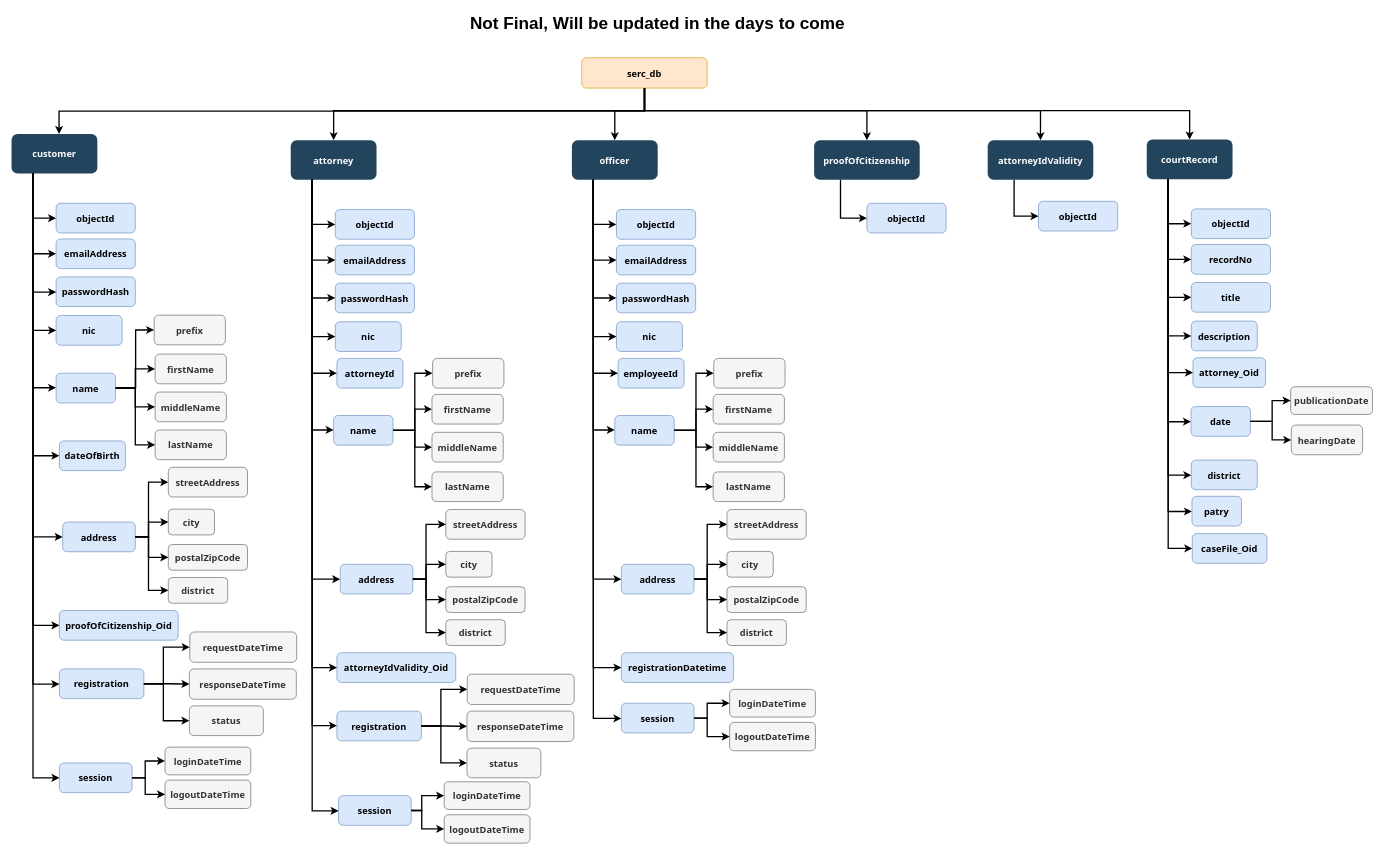
Before: page "DATABASE HIERARCHY" (2 of 4) of Common Workspace/Diagrams/JAVA DIAGRAMS.drawio in LRANUL/UOP_SE_Y2S2-SOFT255SL_SOFTWARE_ENIGINEERING_FOR_THE_INTERNET_USING_JAVA, a draw.io diagram. Source tidied: cells renumbered, new cells numbered last; positions are measured from the earlier drawing's top-left corner, leaving out a move shared by most shapes. Both pictures are drawn from the tidied source at 66%, with x=0, y=0 at pixel (11, 11).
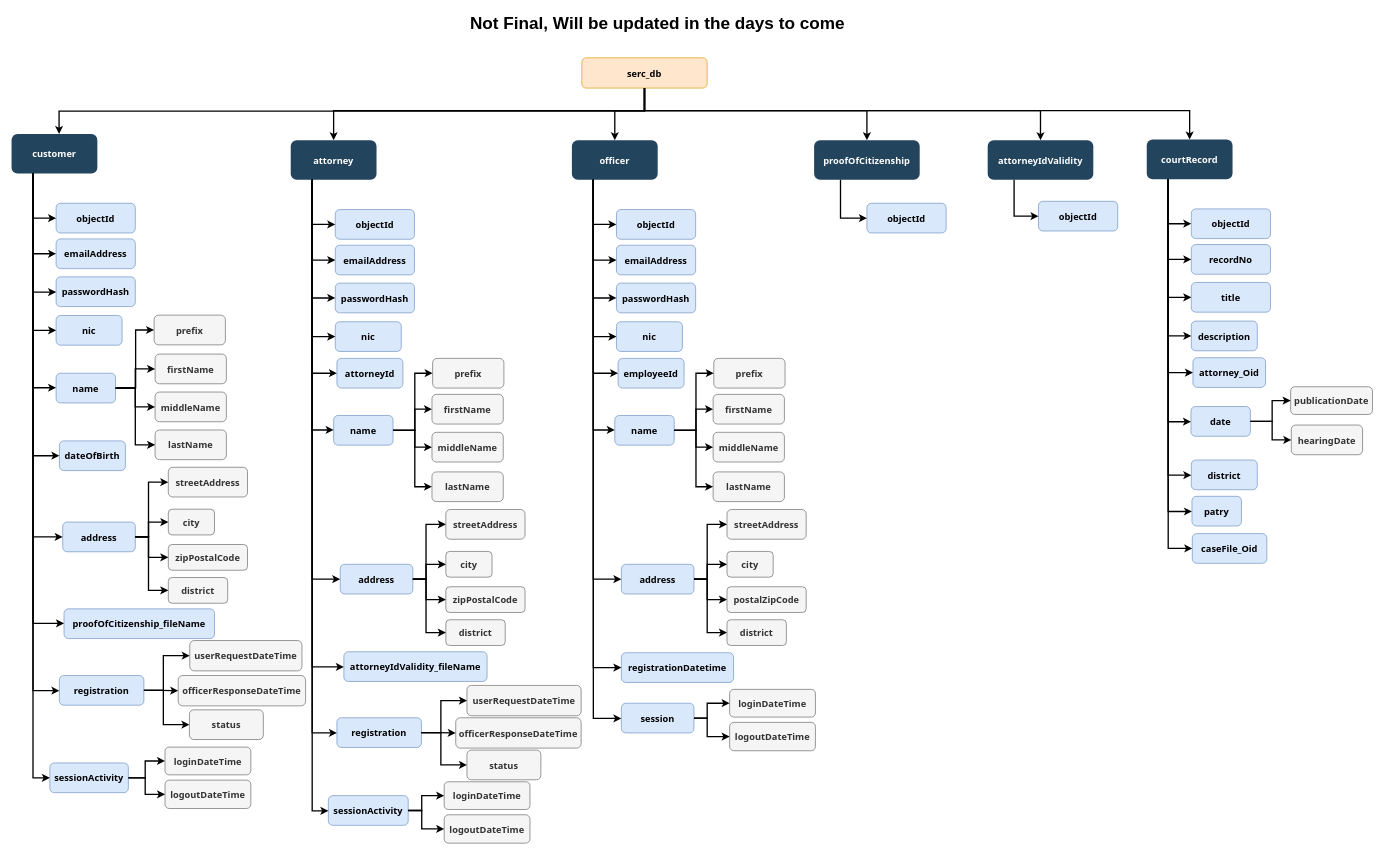
After the change.

Unchanged cells that the change refers to:
```xml
<mxCell id="4" value="customer" style="rounded=1;fillColor=#23445D;gradientColor=none;strokeColor=none;fontColor=#FFFFFF;fontStyle=1;fontFamily=Tahoma;fontSize=14;" parent="1" vertex="1">
  <mxGeometry y="185.5" width="130" height="60" as="geometry" />
</mxCell>
<mxCell id="43" value="attorney" style="rounded=1;fillColor=#23445D;gradientColor=none;strokeColor=none;fontColor=#FFFFFF;fontStyle=1;fontFamily=Tahoma;fontSize=14;" parent="1" vertex="1">
  <mxGeometry x="423" y="195" width="130" height="60" as="geometry" />
</mxCell>
```

The edit, as a diff of the source:
```diff
@@
-    <mxCell id="8" value="proofOfCitizenship_Oid" style="rounded=1;fillColor=#dae8fc;strokeColor=#6c8ebf;fontStyle=1;fontFamily=Tahoma;fontSize=14;" parent="1" vertex="1">
-      <mxGeometry x="72.5" y="907.5" width="180" height="45" as="geometry" />
+    <mxCell id="8" value="proofOfCitizenship_fileName" style="rounded=1;fillColor=#dae8fc;strokeColor=#6c8ebf;fontStyle=1;fontFamily=Tahoma;fontSize=14;" parent="1" vertex="1">
+      <mxGeometry x="79.5" y="905" width="228" height="45" as="geometry" />
     </mxCell>
@@
-    <mxCell id="20" value="postalZipCode" style="rounded=1;fillColor=#f5f5f5;strokeColor=#666666;fontStyle=1;fontFamily=Tahoma;fontSize=14;fontColor=#333333;" parent="1" vertex="1">
+    <mxCell id="20" value="zipPostalCode" style="rounded=1;fillColor=#f5f5f5;strokeColor=#666666;fontStyle=1;fontFamily=Tahoma;fontSize=14;fontColor=#333333;" parent="1" vertex="1">
       <mxGeometry x="237.5" y="807.5" width="120" height="39" as="geometry" />
     </mxCell>
@@
     <mxCell id="34" style="edgeStyle=elbowEdgeStyle;elbow=vertical;strokeWidth=2;rounded=0;entryX=0;entryY=0.5;entryDx=0;entryDy=0;exitX=0.25;exitY=1;exitDx=0;exitDy=0;" parent="1" edge="1" source="4" target="8">
       <mxGeometry x="-438" y="185.5" as="geometry">
         <Array as="points">
+          <mxPoint x="65" y="927" />
           <mxPoint x="50" y="930" />
           <mxPoint x="117.5" y="383" />
         </Array>
       </mxGeometry>
     </mxCell>
     <mxCell id="35" value="registration" style="rounded=1;fillColor=#dae8fc;strokeColor=#6c8ebf;fontStyle=1;fontFamily=Tahoma;fontSize=14;" parent="1" vertex="1">
-      <mxGeometry x="72.5" y="996" width="128" height="45" as="geometry" />
+      <mxGeometry x="72.5" y="1006" width="128" height="45" as="geometry" />
     </mxCell>
-    <mxCell id="36" value="requestDateTime" style="rounded=1;fillColor=#f5f5f5;strokeColor=#666666;fontStyle=1;fontFamily=Tahoma;fontSize=14;fontColor=#333333;" parent="1" vertex="1">
-      <mxGeometry x="270" y="940" width="162" height="46" as="geometry" />
+    <mxCell id="36" value="userRequestDateTime" style="rounded=1;fillColor=#f5f5f5;strokeColor=#666666;fontStyle=1;fontFamily=Tahoma;fontSize=14;fontColor=#333333;" parent="1" vertex="1">
+      <mxGeometry x="270" y="953" width="170" height="46" as="geometry" />
     </mxCell>
     <mxCell id="37" value="status" style="rounded=1;fillColor=#f5f5f5;strokeColor=#666666;fontStyle=1;fontFamily=Tahoma;fontSize=14;fontColor=#333333;" parent="1" vertex="1">
-      <mxGeometry x="269.5" y="1052" width="112" height="45" as="geometry" />
+      <mxGeometry x="269.5" y="1058" width="112" height="45" as="geometry" />
     </mxCell>
-    <mxCell id="38" value="responseDateTime" style="rounded=1;fillColor=#f5f5f5;strokeColor=#666666;fontStyle=1;fontFamily=Tahoma;fontSize=14;fontColor=#333333;" parent="1" vertex="1">
-      <mxGeometry x="269.5" y="996" width="162" height="46" as="geometry" />
+    <mxCell id="38" value="officerResponseDateTime" style="rounded=1;fillColor=#f5f5f5;strokeColor=#666666;fontStyle=1;fontFamily=Tahoma;fontSize=14;fontColor=#333333;" parent="1" vertex="1">
+      <mxGeometry x="252.5" y="1006" width="193" height="46" as="geometry" />
     </mxCell>
     <mxCell id="39" style="edgeStyle=elbowEdgeStyle;elbow=horizontal;strokeWidth=2;rounded=0;entryX=0;entryY=0.5;entryDx=0;entryDy=0;exitX=1;exitY=0.5;exitDx=0;exitDy=0;" parent="1" edge="1" source="35" target="38">
-      <mxGeometry x="39.5" y="564" as="geometry" />
+      <mxGeometry x="39.5" y="574" as="geometry" />
     </mxCell>
     <mxCell id="40" style="edgeStyle=elbowEdgeStyle;elbow=horizontal;strokeWidth=2;rounded=0;entryX=0;entryY=0.5;entryDx=0;entryDy=0;exitX=1;exitY=0.5;exitDx=0;exitDy=0;" parent="1" edge="1" source="35" target="36">
-      <mxGeometry x="49.5" y="574" as="geometry">
+      <mxGeometry x="49.5" y="584" as="geometry">
         <Array as="points">
-          <mxPoint x="230" y="990" />
+          <mxPoint x="230" y="1000" />
         </Array>
       </mxGeometry>
     </mxCell>
     <mxCell id="41" style="edgeStyle=elbowEdgeStyle;elbow=horizontal;strokeWidth=2;rounded=0;entryX=0;entryY=0.5;entryDx=0;entryDy=0;exitX=1;exitY=0.5;exitDx=0;exitDy=0;" parent="1" edge="1" source="35" target="37">
-      <mxGeometry x="49.5" y="574" as="geometry">
+      <mxGeometry x="49.5" y="584" as="geometry">
         <Array as="points">
-          <mxPoint x="230" y="1050" />
+          <mxPoint x="230" y="1060" />
         </Array>
       </mxGeometry>
     </mxCell>
-    <mxCell id="42" style="edgeStyle=elbowEdgeStyle;elbow=vertical;strokeWidth=2;rounded=0;entryX=0;entryY=0.5;entryDx=0;entryDy=0;exitX=0.25;exitY=1;exitDx=0;exitDy=0;" parent="1" edge="1" source="4" target="35">
+    <mxCell id="42" style="edgeStyle=elbowEdgeStyle;elbow=vertical;strokeWidth=2;rounded=0;exitX=0.25;exitY=1;exitDx=0;exitDy=0;entryX=0;entryY=0.5;entryDx=0;entryDy=0;" parent="1" edge="1" source="4" target="35">
       <mxGeometry x="-428" y="195.5" as="geometry">
         <Array as="points">
+          <mxPoint x="65" y="1029" />
+          <mxPoint x="60" y="1029" />
+          <mxPoint x="50" y="1019" />
           <mxPoint x="60" y="1019" />
           <mxPoint x="127.5" y="393" />
         </Array>
       </mxGeometry>
     </mxCell>
@@
-    <mxCell id="47" value="attorneyIdValidity_Oid" style="rounded=1;fillColor=#dae8fc;strokeColor=#6c8ebf;fontStyle=1;fontFamily=Tahoma;fontSize=14;" parent="1" vertex="1">
-      <mxGeometry x="493" y="971.5" width="180" height="45" as="geometry" />
+    <mxCell id="47" value="attorneyIdValidity_fileName" style="rounded=1;fillColor=#dae8fc;strokeColor=#6c8ebf;fontStyle=1;fontFamily=Tahoma;fontSize=14;" parent="1" vertex="1">
+      <mxGeometry x="503.5" y="970" width="217" height="45" as="geometry" />
     </mxCell>
@@
-    <mxCell id="59" value="postalZipCode" style="rounded=1;fillColor=#f5f5f5;strokeColor=#666666;fontStyle=1;fontFamily=Tahoma;fontSize=14;fontColor=#333333;" parent="1" vertex="1">
+    <mxCell id="59" value="zipPostalCode" style="rounded=1;fillColor=#f5f5f5;strokeColor=#666666;fontStyle=1;fontFamily=Tahoma;fontSize=14;fontColor=#333333;" parent="1" vertex="1">
       <mxGeometry x="658" y="871.5" width="120" height="39" as="geometry" />
     </mxCell>
@@
     <mxCell id="71" style="edgeStyle=elbowEdgeStyle;elbow=vertical;strokeWidth=2;rounded=0;entryX=0;entryY=0.5;entryDx=0;entryDy=0;exitX=0.25;exitY=1;exitDx=0;exitDy=0;" parent="1" edge="1" source="43" target="47">
       <mxGeometry x="-15" y="195" as="geometry">
         <Array as="points">
+          <mxPoint x="480" y="993" />
           <mxPoint x="461" y="994" />
           <mxPoint x="540.5" y="392.5" />
         </Array>
       </mxGeometry>
     </mxCell>
     <mxCell id="72" value="registration" style="rounded=1;fillColor=#dae8fc;strokeColor=#6c8ebf;fontStyle=1;fontFamily=Tahoma;fontSize=14;" parent="1" vertex="1">
-      <mxGeometry x="493" y="1060" width="128" height="45" as="geometry" />
+      <mxGeometry x="493" y="1070" width="128" height="45" as="geometry" />
     </mxCell>
-    <mxCell id="73" value="requestDateTime" style="rounded=1;fillColor=#f5f5f5;strokeColor=#666666;fontStyle=1;fontFamily=Tahoma;fontSize=14;fontColor=#333333;" parent="1" vertex="1">
-      <mxGeometry x="690.5" y="1004" width="162" height="46" as="geometry" />
+    <mxCell id="73" value="userRequestDateTime" style="rounded=1;fillColor=#f5f5f5;strokeColor=#666666;fontStyle=1;fontFamily=Tahoma;fontSize=14;fontColor=#333333;" parent="1" vertex="1">
+      <mxGeometry x="690" y="1021" width="173" height="46" as="geometry" />
     </mxCell>
     <mxCell id="74" value="status" style="rounded=1;fillColor=#f5f5f5;strokeColor=#666666;fontStyle=1;fontFamily=Tahoma;fontSize=14;fontColor=#333333;" parent="1" vertex="1">
-      <mxGeometry x="690" y="1116" width="112" height="45" as="geometry" />
+      <mxGeometry x="690" y="1119" width="112" height="45" as="geometry" />
     </mxCell>
-    <mxCell id="75" value="responseDateTime" style="rounded=1;fillColor=#f5f5f5;strokeColor=#666666;fontStyle=1;fontFamily=Tahoma;fontSize=14;fontColor=#333333;" parent="1" vertex="1">
-      <mxGeometry x="690" y="1060" width="162" height="46" as="geometry" />
+    <mxCell id="75" value="officerResponseDateTime" style="rounded=1;fillColor=#f5f5f5;strokeColor=#666666;fontStyle=1;fontFamily=Tahoma;fontSize=14;fontColor=#333333;" parent="1" vertex="1">
+      <mxGeometry x="673" y="1070" width="190" height="46" as="geometry" />
     </mxCell>
     <mxCell id="76" style="edgeStyle=elbowEdgeStyle;elbow=horizontal;strokeWidth=2;rounded=0;entryX=0;entryY=0.5;entryDx=0;entryDy=0;exitX=1;exitY=0.5;exitDx=0;exitDy=0;" parent="1" edge="1" source="72" target="75">
-      <mxGeometry x="460" y="628" as="geometry" />
+      <mxGeometry x="460" y="631" as="geometry" />
     </mxCell>
     <mxCell id="77" style="edgeStyle=elbowEdgeStyle;elbow=horizontal;strokeWidth=2;rounded=0;entryX=0;entryY=0.5;entryDx=0;entryDy=0;exitX=1;exitY=0.5;exitDx=0;exitDy=0;" parent="1" edge="1" source="72" target="73">
-      <mxGeometry x="470" y="638" as="geometry">
+      <mxGeometry x="470" y="641" as="geometry">
         <Array as="points">
-          <mxPoint x="650.5" y="1054" />
+          <mxPoint x="650.5" y="1057" />
         </Array>
       </mxGeometry>
     </mxCell>
     <mxCell id="78" style="edgeStyle=elbowEdgeStyle;elbow=horizontal;strokeWidth=2;rounded=0;entryX=0;entryY=0.5;entryDx=0;entryDy=0;exitX=1;exitY=0.5;exitDx=0;exitDy=0;" parent="1" edge="1" source="72" target="74">
-      <mxGeometry x="470" y="638" as="geometry">
+      <mxGeometry x="470" y="641" as="geometry">
         <Array as="points">
-          <mxPoint x="650.5" y="1114" />
+          <mxPoint x="650.5" y="1117" />
         </Array>
       </mxGeometry>
     </mxCell>
     <mxCell id="79" style="edgeStyle=elbowEdgeStyle;elbow=vertical;strokeWidth=2;rounded=0;entryX=0;entryY=0.5;entryDx=0;entryDy=0;exitX=0.25;exitY=1;exitDx=0;exitDy=0;" parent="1" edge="1" source="43" target="72">
       <mxGeometry x="-5" y="205" as="geometry">
         <Array as="points">
-          <mxPoint x="480" y="1082" />
+          <mxPoint x="480" y="1093" />
           <mxPoint x="471" y="1083" />
           <mxPoint x="550.5" y="402.5" />
         </Array>
       </mxGeometry>
     </mxCell>
@@
-    <mxCell id="158" value="session" style="rounded=1;fillColor=#dae8fc;strokeColor=#6c8ebf;fontStyle=1;fontFamily=Tahoma;fontSize=14;" parent="1" vertex="1">
-      <mxGeometry x="495.5" y="1188" width="110" height="45" as="geometry" />
+    <mxCell id="158" value="sessionActivity" style="rounded=1;fillColor=#dae8fc;strokeColor=#6c8ebf;fontStyle=1;fontFamily=Tahoma;fontSize=14;" parent="1" vertex="1">
+      <mxGeometry x="480" y="1188" width="121" height="45" as="geometry" />
     </mxCell>
@@
-    <mxCell id="164" value="session" style="rounded=1;fillColor=#dae8fc;strokeColor=#6c8ebf;fontStyle=1;fontFamily=Tahoma;fontSize=14;" parent="1" vertex="1">
-      <mxGeometry x="72.5" y="1138.5" width="110" height="45" as="geometry" />
+    <mxCell id="164" value="sessionActivity" style="rounded=1;fillColor=#dae8fc;strokeColor=#6c8ebf;fontStyle=1;fontFamily=Tahoma;fontSize=14;" parent="1" vertex="1">
+      <mxGeometry x="58" y="1138.5" width="119" height="45" as="geometry" />
     </mxCell>
```
